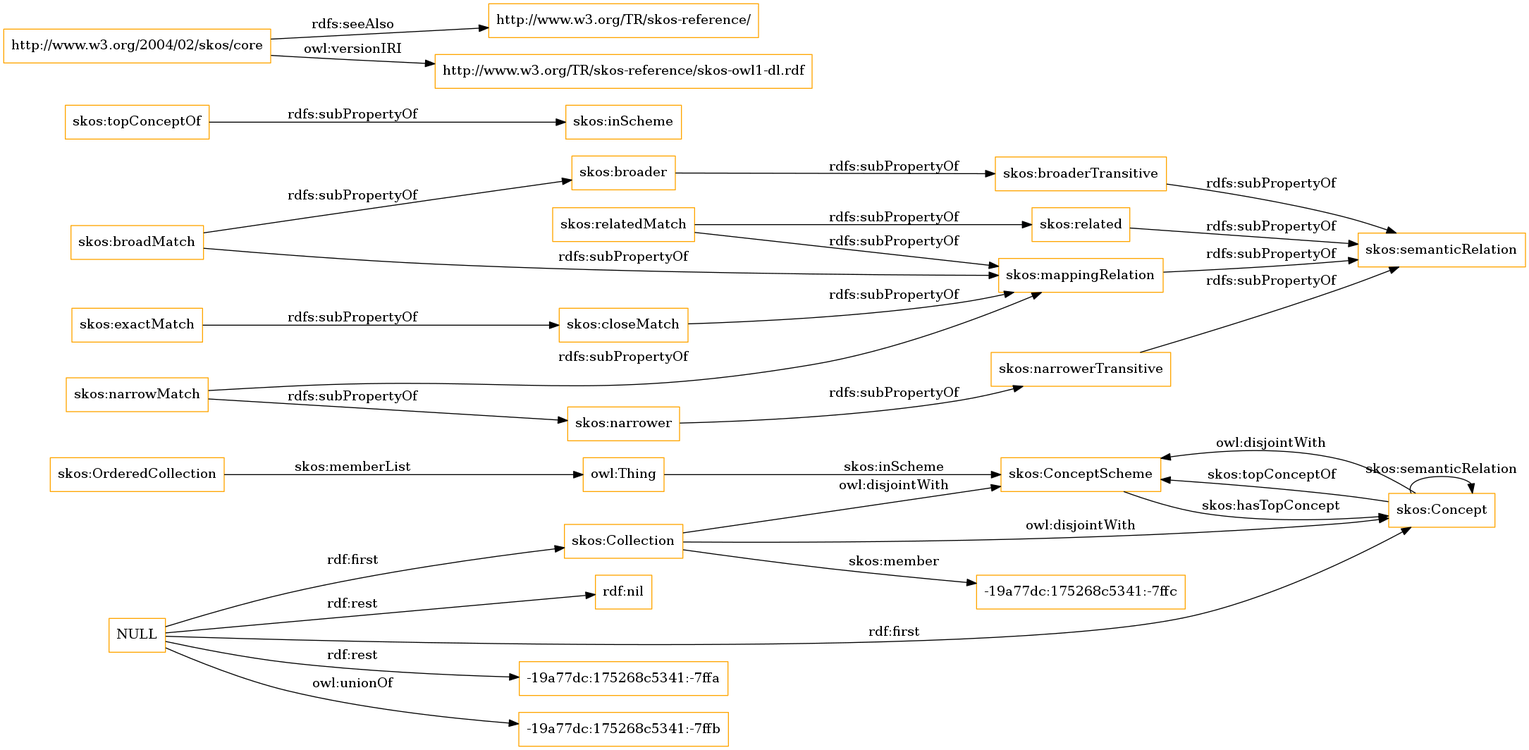
Before: OnToology/imports/skos.owl/diagrams/ar2dtool-class/skos.owl.png, a diagram exported from Graphviz (OnToologyUser/core-ontology-1). Its source is kept beside it as OnToology/imports/skos.owl/diagrams/ar2dtool-class/skos.owl.png.dot.
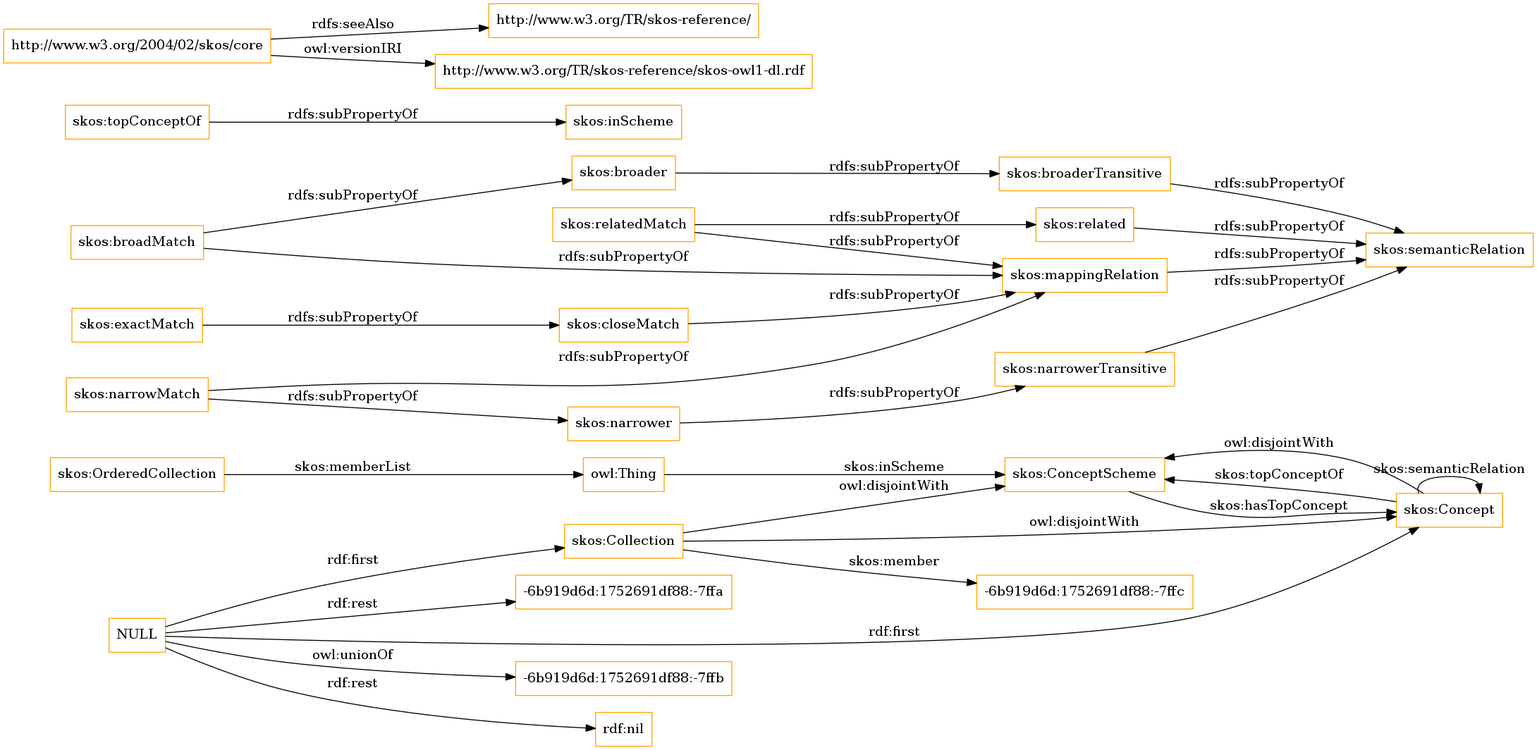
After the change.

What changed in the source:
```diff
@@ -1,13 +1,13 @@
 digraph ar2dtool_diagram {
 rankdir=LR;
 size="1501"
-node [shape = rectangle, color="orange"]; "skos:OrderedCollection" "skos:ConceptScheme" "skos:Concept" "skos:Collection" "-19a77dc:175268c5341:-7ffc" ; /*classes style*/
+node [shape = rectangle, color="orange"]; "skos:OrderedCollection" "skos:ConceptScheme" "skos:Concept" "skos:Collection" "-6b919d6d:1752691df88:-7ffc" ; /*classes style*/
 	"skos:narrowerTransitive" -> "skos:semanticRelation" [ label = "rdfs:subPropertyOf" ];
-	"NULL" -> "-19a77dc:175268c5341:-7ffa" [ label = "rdf:rest" ];
-	"NULL" -> "skos:Collection" [ label = "rdf:first" ];
-	"NULL" -> "-19a77dc:175268c5341:-7ffb" [ label = "owl:unionOf" ];
+	"NULL" -> "-6b919d6d:1752691df88:-7ffb" [ label = "owl:unionOf" ];
 	"NULL" -> "rdf:nil" [ label = "rdf:rest" ];
 	"NULL" -> "skos:Concept" [ label = "rdf:first" ];
+	"NULL" -> "-6b919d6d:1752691df88:-7ffa" [ label = "rdf:rest" ];
+	"NULL" -> "skos:Collection" [ label = "rdf:first" ];
 	"skos:closeMatch" -> "skos:mappingRelation" [ label = "rdfs:subPropertyOf" ];
 	"skos:Concept" -> "skos:ConceptScheme" [ label = "owl:disjointWith" ];
 	"skos:relatedMatch" -> "skos:related" [ label = "rdfs:subPropertyOf" ];
@@ -30,7 +30,7 @@
 	"skos:OrderedCollection" -> "owl:Thing" [ label = "skos:memberList" ];
 	"skos:Concept" -> "skos:ConceptScheme" [ label = "skos:topConceptOf" ];
 	"skos:Concept" -> "skos:Concept" [ label = "skos:semanticRelation" ];
-	"skos:Collection" -> "-19a77dc:175268c5341:-7ffc" [ label = "skos:member" ];
+	"skos:Collection" -> "-6b919d6d:1752691df88:-7ffc" [ label = "skos:member" ];
 	"skos:ConceptScheme" -> "skos:Concept" [ label = "skos:hasTopConcept" ];
 	"owl:Thing" -> "skos:ConceptScheme" [ label = "skos:inScheme" ];
 
```
